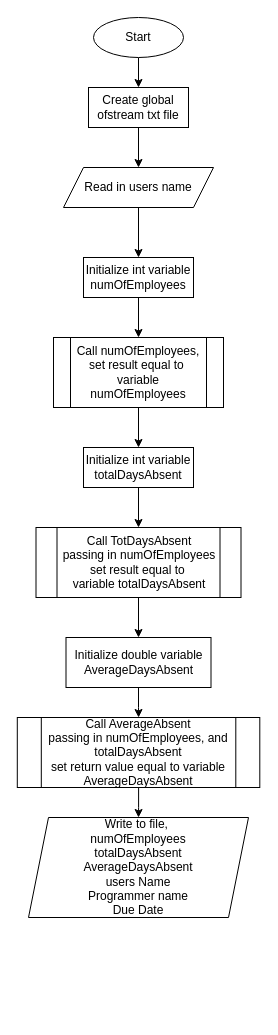
Before: page "Main" (1 of 4) of Flowcharts/Project_4_flowchart.drawio in ArminRezz/CMSC_140, a draw.io diagram. Source tidied: cells renumbered, new cells numbered last; positions are measured from the earlier drawing's top-left corner, leaving out a move shared by most shapes. Both pictures are drawn from the tidied source at 100%, with x=0, y=0 at pixel (17, 17).
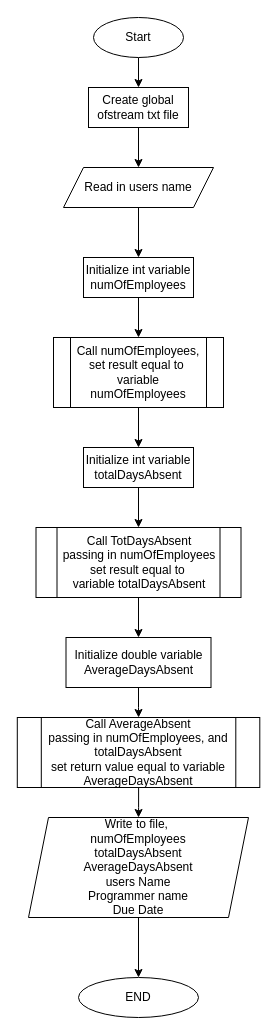
After the change.

The change refers to these unchanged cells:
```xml
<mxCell id="19" value="Write to file,&amp;nbsp;&lt;br&gt;numOfEmployees&lt;br&gt;totalDaysAbsent&lt;br&gt;AverageDaysAbsent&lt;br&gt;users Name&lt;br&gt;Programmer name&lt;br&gt;Due Date" style="shape=parallelogram;perimeter=parallelogramPerimeter;whiteSpace=wrap;html=1;fixedSize=1;" parent="1" vertex="1">
  <mxGeometry x="11" y="800" width="220" height="100" as="geometry" />
</mxCell>
```

Diff of the diagram source:
```diff
@@
+    <mxCell id="22" style="edgeStyle=orthogonalEdgeStyle;rounded=0;jettySize=auto;html=1;" parent="1" edge="1" source="19" target="23">
+      <mxGeometry relative="1" as="geometry" />
+    </mxCell>
@@
+    <mxCell id="23" value="END" style="ellipse;whiteSpace=wrap;html=1;" parent="1" vertex="1">
+      <mxGeometry x="61" y="960" width="120" height="40" as="geometry" />
+    </mxCell>
```
